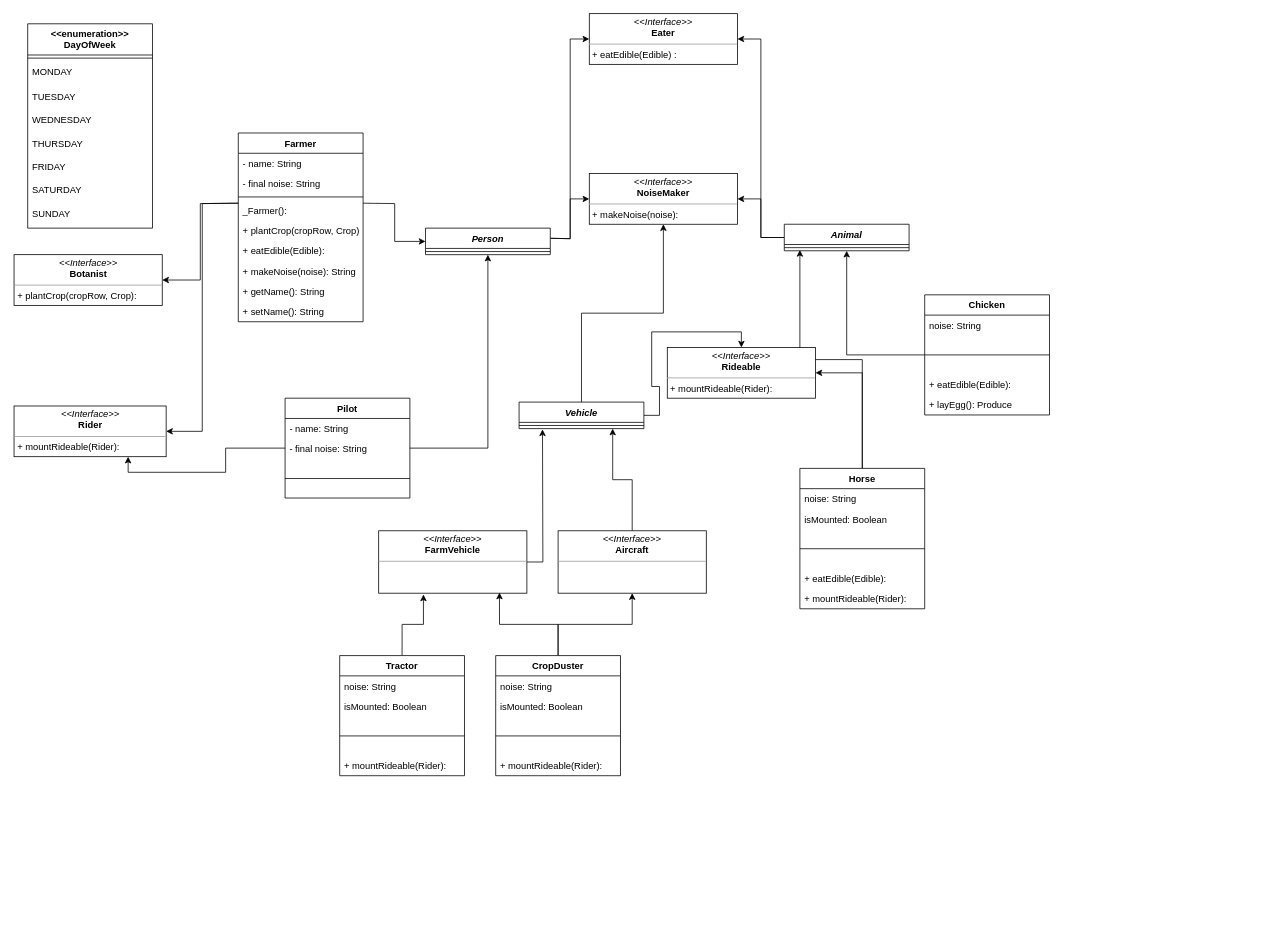
Before: page "Farm" (2 of 2) of Untitled Diagram.drawio in samghebre/TDD-Sci-Calculator, a draw.io diagram. Source tidied: cells renumbered, new cells numbered last; positions are measured from the earlier drawing's top-left corner, leaving out a move shared by most shapes. Both pictures are drawn from the tidied source at 78%, with x=0, y=0 at pixel (13, 13).
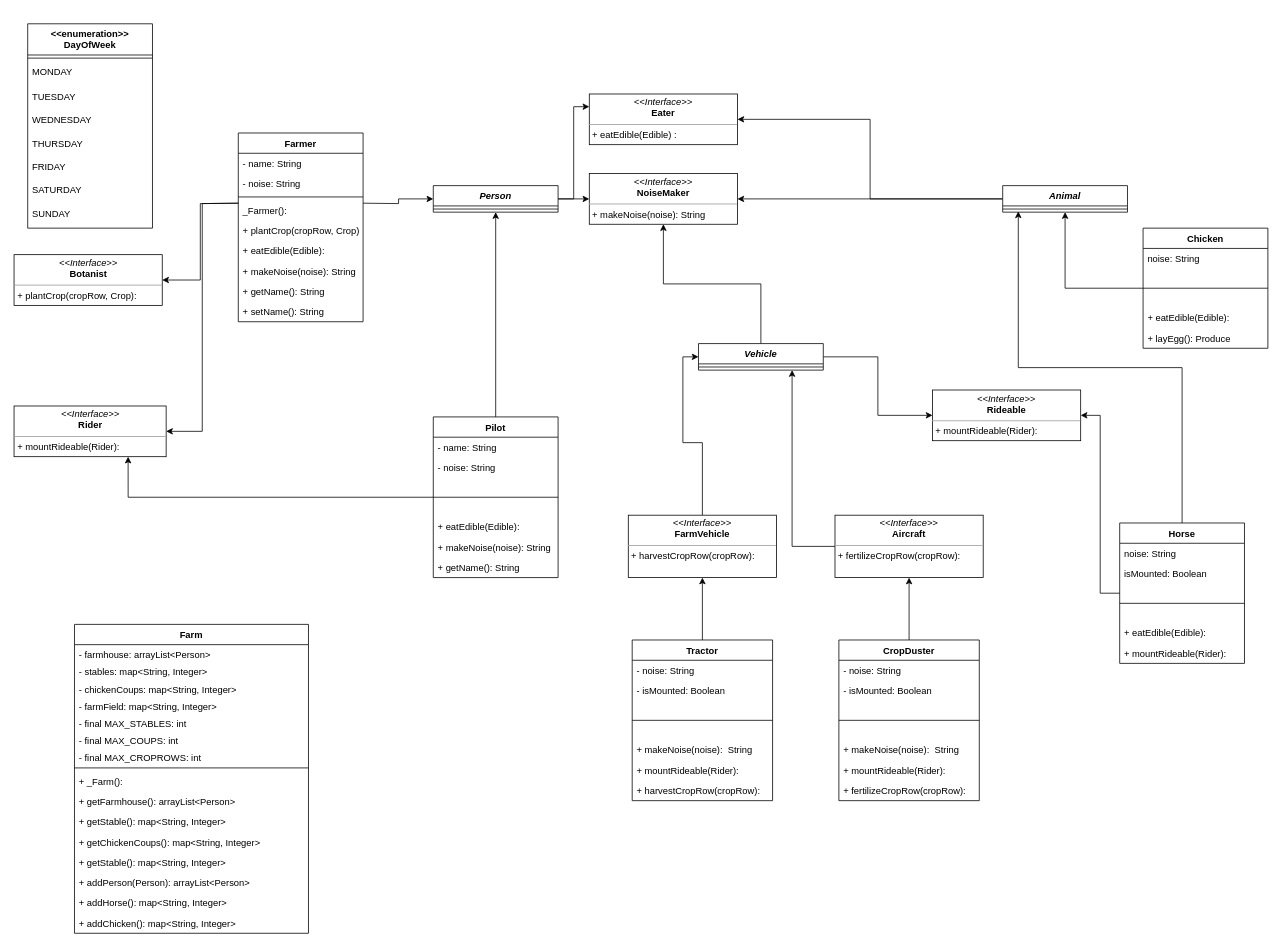
After the change.

Unchanged cells that the change refers to:
```xml
<mxCell id="38" value="Farmer" style="swimlane;fontStyle=1;align=center;verticalAlign=top;horizontal=1;startSize=26;" parent="1" vertex="1">
  <mxGeometry x="288" y="153" width="160" height="242" as="geometry" />
</mxCell>
```

What changed in the source:
```diff
@@
-    <mxCell id="11" value="&lt;p style=&quot;margin: 0px ; margin-top: 4px ; text-align: center&quot;&gt;&lt;i&gt;&amp;lt;&amp;lt;Interface&amp;gt;&amp;gt;&lt;/i&gt;&lt;br&gt;&lt;b&gt;NoiseMaker&lt;/b&gt;&lt;/p&gt;&lt;hr size=&quot;1&quot;&gt;&lt;p style=&quot;margin: 0px ; margin-left: 4px&quot;&gt;+ makeNoise(noise):&amp;nbsp;&lt;/p&gt;" style="verticalAlign=top;align=left;overflow=fill;fontSize=12;fontFamily=Helvetica;html=1;" parent="1" vertex="1">
+    <mxCell id="11" value="&lt;p style=&quot;margin: 0px ; margin-top: 4px ; text-align: center&quot;&gt;&lt;i&gt;&amp;lt;&amp;lt;Interface&amp;gt;&amp;gt;&lt;/i&gt;&lt;br&gt;&lt;b&gt;NoiseMaker&lt;/b&gt;&lt;/p&gt;&lt;hr size=&quot;1&quot;&gt;&lt;p style=&quot;margin: 0px ; margin-left: 4px&quot;&gt;+ makeNoise(noise): String&lt;/p&gt;" style="verticalAlign=top;align=left;overflow=fill;fontSize=12;fontFamily=Helvetica;html=1;" parent="1" vertex="1">
       <mxGeometry x="738" y="205" width="190" height="65" as="geometry" />
     </mxCell>
     <mxCell id="12" value="&lt;p style=&quot;margin: 0px ; margin-top: 4px ; text-align: center&quot;&gt;&lt;i&gt;&amp;lt;&amp;lt;Interface&amp;gt;&amp;gt;&lt;/i&gt;&lt;br&gt;&lt;b&gt;Eater&lt;/b&gt;&lt;/p&gt;&lt;hr size=&quot;1&quot;&gt;&lt;p style=&quot;margin: 0px ; margin-left: 4px&quot;&gt;+ eatEdible(Edible) :&amp;nbsp;&lt;/p&gt;&lt;p style=&quot;margin: 0px ; margin-left: 4px&quot;&gt;&lt;br&gt;&lt;/p&gt;" style="verticalAlign=top;align=left;overflow=fill;fontSize=12;fontFamily=Helvetica;html=1;" parent="1" vertex="1">
-      <mxGeometry x="738" width="190" height="65" as="geometry" />
+      <mxGeometry x="738" y="103" width="190" height="65" as="geometry" />
     </mxCell>
@@
-    <mxCell id="17" style="edgeStyle=orthogonalEdgeStyle;rounded=0;jettySize=auto;html=1;entryX=0;entryY=0.5;entryDx=0;entryDy=0;" parent="1" edge="1" target="12">
-      <mxGeometry relative="1" as="geometry">
-        <mxPoint x="688" y="288" as="sourcePoint" />
-      </mxGeometry>
-    </mxCell>
-    <mxCell id="18" style="edgeStyle=orthogonalEdgeStyle;rounded=0;jettySize=auto;html=1;entryX=0;entryY=0.5;entryDx=0;entryDy=0;" parent="1" edge="1" target="11">
-      <mxGeometry relative="1" as="geometry">
-        <mxPoint x="688" y="288" as="sourcePoint" />
-      </mxGeometry>
-    </mxCell>
@@
     <mxCell id="21" value="Pilot" style="swimlane;fontStyle=1;align=center;verticalAlign=top;horizontal=1;startSize=26;" parent="1" vertex="1">
-      <mxGeometry x="348" y="493" width="160" height="128" as="geometry" />
+      <mxGeometry x="538" y="517" width="160" height="206" as="geometry" />
     </mxCell>
@@
-    <mxCell id="23" value="- final noise: String" style="text;strokeColor=none;fillColor=none;align=left;verticalAlign=top;spacingLeft=4;spacingRight=4;overflow=hidden;" parent="21" vertex="1">
+    <mxCell id="23" value="- noise: String" style="text;strokeColor=none;fillColor=none;align=left;verticalAlign=top;spacingLeft=4;spacingRight=4;overflow=hidden;" parent="21" vertex="1">
       <mxGeometry y="52" width="160" height="26" as="geometry" />
     </mxCell>
@@
+    <mxCell id="78" value="+ eatEdible(Edible): " style="text;strokeColor=none;fillColor=none;align=left;verticalAlign=top;spacingLeft=4;spacingRight=4;overflow=hidden;" parent="21" vertex="1">
+      <mxGeometry y="128" width="160" height="26" as="geometry" />
+    </mxCell>
+    <mxCell id="79" value="+ makeNoise(noise): String" style="text;strokeColor=none;fillColor=none;align=left;verticalAlign=top;spacingLeft=4;spacingRight=4;overflow=hidden;" parent="21" vertex="1">
+      <mxGeometry y="154" width="160" height="26" as="geometry" />
+    </mxCell>
+    <mxCell id="46" value="+ getName(): String" style="text;strokeColor=none;fillColor=none;align=left;verticalAlign=top;spacingLeft=4;spacingRight=4;overflow=hidden;" parent="21" vertex="1">
+      <mxGeometry y="180" width="160" height="26" as="geometry" />
+    </mxCell>
@@
     <mxCell id="26" value="Chicken" style="swimlane;fontStyle=1;align=center;verticalAlign=top;horizontal=1;startSize=26;" parent="1" vertex="1">
-      <mxGeometry x="1168" y="360.5" width="160" height="154" as="geometry" />
+      <mxGeometry x="1448" y="275" width="160" height="154" as="geometry" />
     </mxCell>
@@
     <mxCell id="33" value="Animal" style="swimlane;fontStyle=3;align=center;verticalAlign=top;horizontal=1;startSize=26;" parent="1" vertex="1">
-      <mxGeometry x="988" y="270" width="160" height="34" as="geometry" />
+      <mxGeometry x="1268" y="220.5" width="160" height="34" as="geometry" />
     </mxCell>
@@
+    <mxCell id="80" style="edgeStyle=orthogonalEdgeStyle;rounded=0;jettySize=auto;html=1;entryX=0;entryY=0.25;entryDx=0;entryDy=0;" parent="1" edge="1" source="35" target="12">
+      <mxGeometry relative="1" as="geometry" />
+    </mxCell>
+    <mxCell id="81" style="edgeStyle=orthogonalEdgeStyle;rounded=0;jettySize=auto;html=1;" parent="1" edge="1" source="35" target="11">
+      <mxGeometry relative="1" as="geometry" />
+    </mxCell>
     <mxCell id="35" value="Person" style="swimlane;fontStyle=3;align=center;verticalAlign=top;horizontal=1;startSize=26;" parent="1" vertex="1">
-      <mxGeometry x="528" y="275" width="160" height="34" as="geometry" />
+      <mxGeometry x="538" y="220.5" width="160" height="34" as="geometry" />
     </mxCell>
@@
-    <mxCell id="40" value="- final noise: String" style="text;strokeColor=none;fillColor=none;align=left;verticalAlign=top;spacingLeft=4;spacingRight=4;overflow=hidden;" parent="38" vertex="1">
+    <mxCell id="40" value="- noise: String" style="text;strokeColor=none;fillColor=none;align=left;verticalAlign=top;spacingLeft=4;spacingRight=4;overflow=hidden;" parent="38" vertex="1">
       <mxGeometry y="52" width="160" height="26" as="geometry" />
     </mxCell>
@@
-    <mxCell id="46" value="+ getName(): String" style="text;strokeColor=none;fillColor=none;align=left;verticalAlign=top;spacingLeft=4;spacingRight=4;overflow=hidden;" parent="38" vertex="1">
-      <mxGeometry y="190" width="160" height="26" as="geometry" />
-    </mxCell>
+    <mxCell id="82" value="+ getName(): String" style="text;strokeColor=none;fillColor=none;align=left;verticalAlign=top;spacingLeft=4;spacingRight=4;overflow=hidden;" parent="38" vertex="1">
+      <mxGeometry y="190" width="160" height="26" as="geometry" />
+    </mxCell>
@@
     <mxCell id="50" value="Horse" style="swimlane;fontStyle=1;align=center;verticalAlign=top;horizontal=1;startSize=26;" parent="1" vertex="1">
-      <mxGeometry x="1008" y="583" width="160" height="180" as="geometry" />
+      <mxGeometry x="1418" y="653" width="160" height="180" as="geometry" />
     </mxCell>
@@
     <mxCell id="56" value="&lt;p style=&quot;margin: 0px ; margin-top: 4px ; text-align: center&quot;&gt;&lt;i&gt;&amp;lt;&amp;lt;Interface&amp;gt;&amp;gt;&lt;/i&gt;&lt;br&gt;&lt;b&gt;Rideable&lt;/b&gt;&lt;/p&gt;&lt;hr size=&quot;1&quot;&gt;&lt;p style=&quot;margin: 0px ; margin-left: 4px&quot;&gt;+ mountRideable(Rider):&amp;nbsp;&lt;/p&gt;&lt;p style=&quot;margin: 0px ; margin-left: 4px&quot;&gt;&lt;br&gt;&lt;/p&gt;" style="verticalAlign=top;align=left;overflow=fill;fontSize=12;fontFamily=Helvetica;html=1;" parent="1" vertex="1">
-      <mxGeometry x="838" y="428" width="190" height="65" as="geometry" />
+      <mxGeometry x="1178" y="482.5" width="190" height="65" as="geometry" />
     </mxCell>
@@
-    <mxCell id="58" style="edgeStyle=orthogonalEdgeStyle;rounded=0;jettySize=auto;html=1;entryX=0.5;entryY=0;entryDx=0;entryDy=0;" parent="1" edge="1" source="59" target="56">
+    <mxCell id="58" style="edgeStyle=orthogonalEdgeStyle;rounded=0;jettySize=auto;html=1;entryX=0;entryY=0.5;entryDx=0;entryDy=0;" parent="1" edge="1" source="59" target="56">
       <mxGeometry relative="1" as="geometry" />
     </mxCell>
     <mxCell id="59" value="Vehicle" style="swimlane;fontStyle=3;align=center;verticalAlign=top;horizontal=1;startSize=26;" parent="1" vertex="1">
-      <mxGeometry x="648" y="498" width="160" height="34" as="geometry" />
+      <mxGeometry x="878" y="423" width="160" height="34" as="geometry" />
     </mxCell>
@@
-    <mxCell id="61" style="edgeStyle=orthogonalEdgeStyle;rounded=0;jettySize=auto;html=1;" parent="1" edge="1" source="62">
-      <mxGeometry relative="1" as="geometry">
-        <mxPoint x="678" y="533" as="targetPoint" />
-      </mxGeometry>
+    <mxCell id="61" style="edgeStyle=orthogonalEdgeStyle;rounded=0;jettySize=auto;html=1;entryX=0;entryY=0.5;entryDx=0;entryDy=0;" parent="1" edge="1" source="62" target="59">
+      <mxGeometry relative="1" as="geometry" />
     </mxCell>
-    <mxCell id="62" value="&lt;p style=&quot;margin: 0px ; margin-top: 4px ; text-align: center&quot;&gt;&lt;i&gt;&amp;lt;&amp;lt;Interface&amp;gt;&amp;gt;&lt;/i&gt;&lt;br&gt;&lt;b&gt;FarmVehicle&lt;/b&gt;&lt;/p&gt;&lt;hr size=&quot;1&quot;&gt;&lt;p style=&quot;margin: 0px ; margin-left: 4px&quot;&gt;&lt;br&gt;&lt;/p&gt;" style="verticalAlign=top;align=left;overflow=fill;fontSize=12;fontFamily=Helvetica;html=1;" parent="1" vertex="1">
-      <mxGeometry x="468" y="663" width="190" height="80" as="geometry" />
+    <mxCell id="62" value="&lt;p style=&quot;margin: 0px ; margin-top: 4px ; text-align: center&quot;&gt;&lt;i&gt;&amp;lt;&amp;lt;Interface&amp;gt;&amp;gt;&lt;/i&gt;&lt;br&gt;&lt;b&gt;FarmVehicle&lt;/b&gt;&lt;/p&gt;&lt;hr size=&quot;1&quot;&gt;&lt;p style=&quot;margin: 0px ; margin-left: 4px&quot;&gt;+ harvestCropRow(cropRow):&amp;nbsp;&lt;/p&gt;&lt;p style=&quot;margin: 0px ; margin-left: 4px&quot;&gt;&lt;br&gt;&lt;/p&gt;&lt;p style=&quot;margin: 0px ; margin-left: 4px&quot;&gt;&lt;br&gt;&lt;/p&gt;" style="verticalAlign=top;align=left;overflow=fill;fontSize=12;fontFamily=Helvetica;html=1;" parent="1" vertex="1">
+      <mxGeometry x="788" y="643" width="190" height="80" as="geometry" />
     </mxCell>
-    <mxCell id="63" style="edgeStyle=orthogonalEdgeStyle;rounded=0;jettySize=auto;html=1;entryX=0.302;entryY=1.021;entryDx=0;entryDy=0;entryPerimeter=0;" parent="1" edge="1" source="64" target="62">
+    <mxCell id="63" style="edgeStyle=orthogonalEdgeStyle;rounded=0;jettySize=auto;html=1;entryX=0.5;entryY=1;entryDx=0;entryDy=0;" parent="1" edge="1" source="64" target="62">
       <mxGeometry relative="1" as="geometry" />
     </mxCell>
     <mxCell id="64" value="Tractor" style="swimlane;fontStyle=1;align=center;verticalAlign=top;horizontal=1;startSize=26;" parent="1" vertex="1">
-      <mxGeometry x="418" y="823" width="160" height="154" as="geometry" />
+      <mxGeometry x="793" y="803" width="180" height="206" as="geometry" />
     </mxCell>
-    <mxCell id="65" value="noise: String" style="text;strokeColor=none;fillColor=none;align=left;verticalAlign=top;spacingLeft=4;spacingRight=4;overflow=hidden;" parent="64" vertex="1">
-      <mxGeometry y="26" width="160" height="26" as="geometry" />
+    <mxCell id="65" value="- noise: String" style="text;strokeColor=none;fillColor=none;align=left;verticalAlign=top;spacingLeft=4;spacingRight=4;overflow=hidden;" parent="64" vertex="1">
+      <mxGeometry y="26" width="180" height="26" as="geometry" />
     </mxCell>
-    <mxCell id="66" value="isMounted: Boolean" style="text;strokeColor=none;fillColor=none;align=left;verticalAlign=top;spacingLeft=4;spacingRight=4;overflow=hidden;" parent="64" vertex="1">
-      <mxGeometry y="52" width="160" height="26" as="geometry" />
+    <mxCell id="66" value="- isMounted: Boolean" style="text;strokeColor=none;fillColor=none;align=left;verticalAlign=top;spacingLeft=4;spacingRight=4;overflow=hidden;" parent="64" vertex="1">
+      <mxGeometry y="52" width="180" height="26" as="geometry" />
     </mxCell>
     <mxCell id="67" style="line;strokeWidth=1;fillColor=none;align=left;verticalAlign=middle;spacingTop=-1;spacingLeft=3;spacingRight=3;labelPosition=right;" parent="64" vertex="1">
-      <mxGeometry y="78" width="160" height="50" as="geometry" />
+      <mxGeometry y="78" width="180" height="50" as="geometry" />
     </mxCell>
+    <mxCell id="83" value="+ makeNoise(noise):  String" style="text;strokeColor=none;fillColor=none;align=left;verticalAlign=top;spacingLeft=4;spacingRight=4;overflow=hidden;" parent="64" vertex="1">
+      <mxGeometry y="128" width="180" height="26" as="geometry" />
+    </mxCell>
     <mxCell id="68" value="+ mountRideable(Rider): " style="text;strokeColor=none;fillColor=none;align=left;verticalAlign=top;spacingLeft=4;spacingRight=4;overflow=hidden;" parent="64" vertex="1">
-      <mxGeometry y="128" width="160" height="26" as="geometry" />
+      <mxGeometry y="154" width="180" height="26" as="geometry" />
     </mxCell>
+    <mxCell id="84" value="+ harvestCropRow(cropRow): " style="text;strokeColor=none;fillColor=none;align=left;verticalAlign=top;spacingLeft=4;spacingRight=4;overflow=hidden;" parent="64" vertex="1">
+      <mxGeometry y="180" width="180" height="26" as="geometry" />
+    </mxCell>
@@
-    <mxCell id="70" value="&lt;p style=&quot;margin: 0px ; margin-top: 4px ; text-align: center&quot;&gt;&lt;i&gt;&amp;lt;&amp;lt;Interface&amp;gt;&amp;gt;&lt;/i&gt;&lt;br&gt;&lt;b&gt;Aircraft&lt;/b&gt;&lt;/p&gt;&lt;hr size=&quot;1&quot;&gt;&lt;p style=&quot;margin: 0px ; margin-left: 4px&quot;&gt;&lt;br&gt;&lt;/p&gt;" style="verticalAlign=top;align=left;overflow=fill;fontSize=12;fontFamily=Helvetica;html=1;" parent="1" vertex="1">
-      <mxGeometry x="698" y="663" width="190" height="80" as="geometry" />
+    <mxCell id="70" value="&lt;p style=&quot;margin: 0px ; margin-top: 4px ; text-align: center&quot;&gt;&lt;i&gt;&amp;lt;&amp;lt;Interface&amp;gt;&amp;gt;&lt;/i&gt;&lt;br&gt;&lt;b&gt;Aircraft&lt;/b&gt;&lt;/p&gt;&lt;hr size=&quot;1&quot;&gt;&lt;p style=&quot;margin: 0px ; margin-left: 4px&quot;&gt;+ fertilizeCropRow(cropRow):&lt;/p&gt;" style="verticalAlign=top;align=left;overflow=fill;fontSize=12;fontFamily=Helvetica;html=1;" parent="1" vertex="1">
+      <mxGeometry x="1053" y="643" width="190" height="80" as="geometry" />
     </mxCell>
-    <mxCell id="71" style="edgeStyle=orthogonalEdgeStyle;rounded=0;jettySize=auto;html=1;entryX=0.815;entryY=0.99;entryDx=0;entryDy=0;entryPerimeter=0;" parent="1" edge="1" source="73" target="62">
-      <mxGeometry relative="1" as="geometry" />
-    </mxCell>
@@
     <mxCell id="73" value="CropDuster" style="swimlane;fontStyle=1;align=center;verticalAlign=top;horizontal=1;startSize=26;" parent="1" vertex="1">
-      <mxGeometry x="618" y="823" width="160" height="154" as="geometry" />
+      <mxGeometry x="1058" y="803" width="180" height="206" as="geometry" />
     </mxCell>
-    <mxCell id="74" value="noise: String" style="text;strokeColor=none;fillColor=none;align=left;verticalAlign=top;spacingLeft=4;spacingRight=4;overflow=hidden;" parent="73" vertex="1">
-      <mxGeometry y="26" width="160" height="26" as="geometry" />
+    <mxCell id="74" value="- noise: String" style="text;strokeColor=none;fillColor=none;align=left;verticalAlign=top;spacingLeft=4;spacingRight=4;overflow=hidden;" parent="73" vertex="1">
+      <mxGeometry y="26" width="180" height="26" as="geometry" />
     </mxCell>
-    <mxCell id="75" value="isMounted: Boolean" style="text;strokeColor=none;fillColor=none;align=left;verticalAlign=top;spacingLeft=4;spacingRight=4;overflow=hidden;" parent="73" vertex="1">
-      <mxGeometry y="52" width="160" height="26" as="geometry" />
+    <mxCell id="75" value="- isMounted: Boolean" style="text;strokeColor=none;fillColor=none;align=left;verticalAlign=top;spacingLeft=4;spacingRight=4;overflow=hidden;" parent="73" vertex="1">
+      <mxGeometry y="52" width="180" height="26" as="geometry" />
     </mxCell>
     <mxCell id="76" style="line;strokeWidth=1;fillColor=none;align=left;verticalAlign=middle;spacingTop=-1;spacingLeft=3;spacingRight=3;labelPosition=right;" parent="73" vertex="1">
-      <mxGeometry y="78" width="160" height="50" as="geometry" />
+      <mxGeometry y="78" width="180" height="50" as="geometry" />
     </mxCell>
+    <mxCell id="85" value="+ makeNoise(noise):  String" style="text;strokeColor=none;fillColor=none;align=left;verticalAlign=top;spacingLeft=4;spacingRight=4;overflow=hidden;" parent="73" vertex="1">
+      <mxGeometry y="128" width="180" height="26" as="geometry" />
+    </mxCell>
     <mxCell id="77" value="+ mountRideable(Rider): " style="text;strokeColor=none;fillColor=none;align=left;verticalAlign=top;spacingLeft=4;spacingRight=4;overflow=hidden;" parent="73" vertex="1">
-      <mxGeometry y="128" width="160" height="26" as="geometry" />
+      <mxGeometry y="154" width="180" height="26" as="geometry" />
     </mxCell>
+    <mxCell id="86" value="+ fertilizeCropRow(cropRow): " style="text;strokeColor=none;fillColor=none;align=left;verticalAlign=top;spacingLeft=4;spacingRight=4;overflow=hidden;" parent="73" vertex="1">
+      <mxGeometry y="180" width="180" height="26" as="geometry" />
+    </mxCell>
+    <mxCell id="87" value="Farm" style="swimlane;fontStyle=1;align=center;verticalAlign=top;horizontal=1;startSize=26;" parent="1" vertex="1">
+      <mxGeometry x="78" y="783" width="300" height="396" as="geometry" />
+    </mxCell>
+    <mxCell id="88" value="- farmhouse: arrayList&lt;Person&gt;&#10;" style="text;strokeColor=none;fillColor=none;align=left;verticalAlign=top;spacingLeft=4;spacingRight=4;overflow=hidden;" parent="87" vertex="1">
+      <mxGeometry y="26" width="300" height="22" as="geometry" />
+    </mxCell>
+    <mxCell id="89" value="- stables: map&lt;String, Integer&gt;&#10;" style="text;strokeColor=none;fillColor=none;align=left;verticalAlign=top;spacingLeft=4;spacingRight=4;overflow=hidden;" parent="87" vertex="1">
+      <mxGeometry y="48" width="300" height="22" as="geometry" />
+    </mxCell>
+    <mxCell id="90" value="- chickenCoups: map&lt;String, Integer&gt;&#10;" style="text;strokeColor=none;fillColor=none;align=left;verticalAlign=top;spacingLeft=4;spacingRight=4;overflow=hidden;" parent="87" vertex="1">
+      <mxGeometry y="70" width="300" height="22" as="geometry" />
+    </mxCell>
+    <mxCell id="91" value="- farmField: map&lt;String, Integer&gt;&#10;" style="text;strokeColor=none;fillColor=none;align=left;verticalAlign=top;spacingLeft=4;spacingRight=4;overflow=hidden;" parent="87" vertex="1">
+      <mxGeometry y="92" width="300" height="22" as="geometry" />
+    </mxCell>
+    <mxCell id="92" value="- final MAX_STABLES: int&#10;" style="text;strokeColor=none;fillColor=none;align=left;verticalAlign=top;spacingLeft=4;spacingRight=4;overflow=hidden;" parent="87" vertex="1">
+      <mxGeometry y="114" width="300" height="22" as="geometry" />
+    </mxCell>
+    <mxCell id="93" value="- final MAX_COUPS: int&#10;" style="text;strokeColor=none;fillColor=none;align=left;verticalAlign=top;spacingLeft=4;spacingRight=4;overflow=hidden;" parent="87" vertex="1">
+      <mxGeometry y="136" width="300" height="22" as="geometry" />
+    </mxCell>
+    <mxCell id="94" value="- final MAX_CROPROWS: int&#10;" style="text;strokeColor=none;fillColor=none;align=left;verticalAlign=top;spacingLeft=4;spacingRight=4;overflow=hidden;" parent="87" vertex="1">
+      <mxGeometry y="158" width="300" height="22" as="geometry" />
+    </mxCell>
+    <mxCell id="95" style="line;strokeWidth=1;fillColor=none;align=left;verticalAlign=middle;spacingTop=-1;spacingLeft=3;spacingRight=3;labelPosition=right;" parent="87" vertex="1">
+      <mxGeometry y="180" width="300" height="8" as="geometry" />
+    </mxCell>
+    <mxCell id="96" value="+ _Farm(): " style="text;strokeColor=none;fillColor=none;align=left;verticalAlign=top;spacingLeft=4;spacingRight=4;overflow=hidden;" parent="87" vertex="1">
+      <mxGeometry y="188" width="300" height="26" as="geometry" />
+    </mxCell>
+    <mxCell id="97" value="+ getFarmhouse(): arrayList&lt;Person&gt;&#10; " style="text;strokeColor=none;fillColor=none;align=left;verticalAlign=top;spacingLeft=4;spacingRight=4;overflow=hidden;" parent="87" vertex="1">
+      <mxGeometry y="214" width="300" height="26" as="geometry" />
+    </mxCell>
+    <mxCell id="98" value="+ getStable(): map&lt;String, Integer&gt;&#10; " style="text;strokeColor=none;fillColor=none;align=left;verticalAlign=top;spacingLeft=4;spacingRight=4;overflow=hidden;" parent="87" vertex="1">
+      <mxGeometry y="240" width="300" height="26" as="geometry" />
+    </mxCell>
+    <mxCell id="99" value="+ getChickenCoups(): map&lt;String, Integer&gt;&#10; " style="text;strokeColor=none;fillColor=none;align=left;verticalAlign=top;spacingLeft=4;spacingRight=4;overflow=hidden;" parent="87" vertex="1">
+      <mxGeometry y="266" width="300" height="26" as="geometry" />
+    </mxCell>
+    <mxCell id="100" value="+ getStable(): map&lt;String, Integer&gt;&#10; " style="text;strokeColor=none;fillColor=none;align=left;verticalAlign=top;spacingLeft=4;spacingRight=4;overflow=hidden;" parent="87" vertex="1">
+      <mxGeometry y="292" width="300" height="26" as="geometry" />
+    </mxCell>
+    <mxCell id="101" value="+ addPerson(Person): arrayList&lt;Person&gt;&#10; " style="text;strokeColor=none;fillColor=none;align=left;verticalAlign=top;spacingLeft=4;spacingRight=4;overflow=hidden;" parent="87" vertex="1">
+      <mxGeometry y="318" width="300" height="26" as="geometry" />
+    </mxCell>
+    <mxCell id="102" value="+ addHorse(): map&lt;String, Integer&gt;&#10; " style="text;strokeColor=none;fillColor=none;align=left;verticalAlign=top;spacingLeft=4;spacingRight=4;overflow=hidden;" parent="87" vertex="1">
+      <mxGeometry y="344" width="300" height="26" as="geometry" />
+    </mxCell>
+    <mxCell id="103" value="+ addChicken(): map&lt;String, Integer&gt;&#10; " style="text;strokeColor=none;fillColor=none;align=left;verticalAlign=top;spacingLeft=4;spacingRight=4;overflow=hidden;" parent="87" vertex="1">
+      <mxGeometry y="370" width="300" height="26" as="geometry" />
+    </mxCell>
```
